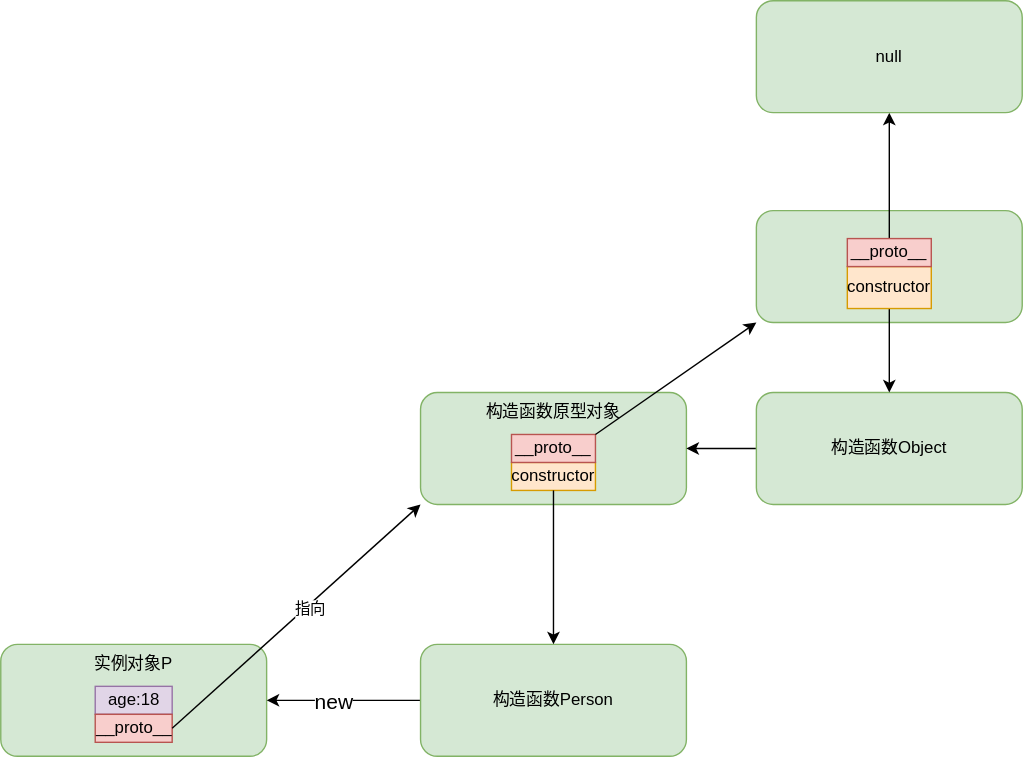
overnote/over-javascript keeps this draw.io diagram as images/javascript/prototype-01.svg. Above is the earlier version. Source tidied: cells renumbered, new cells last; positions are measured from the earlier drawing's top-left corner, leaving out a move shared by most shapes.
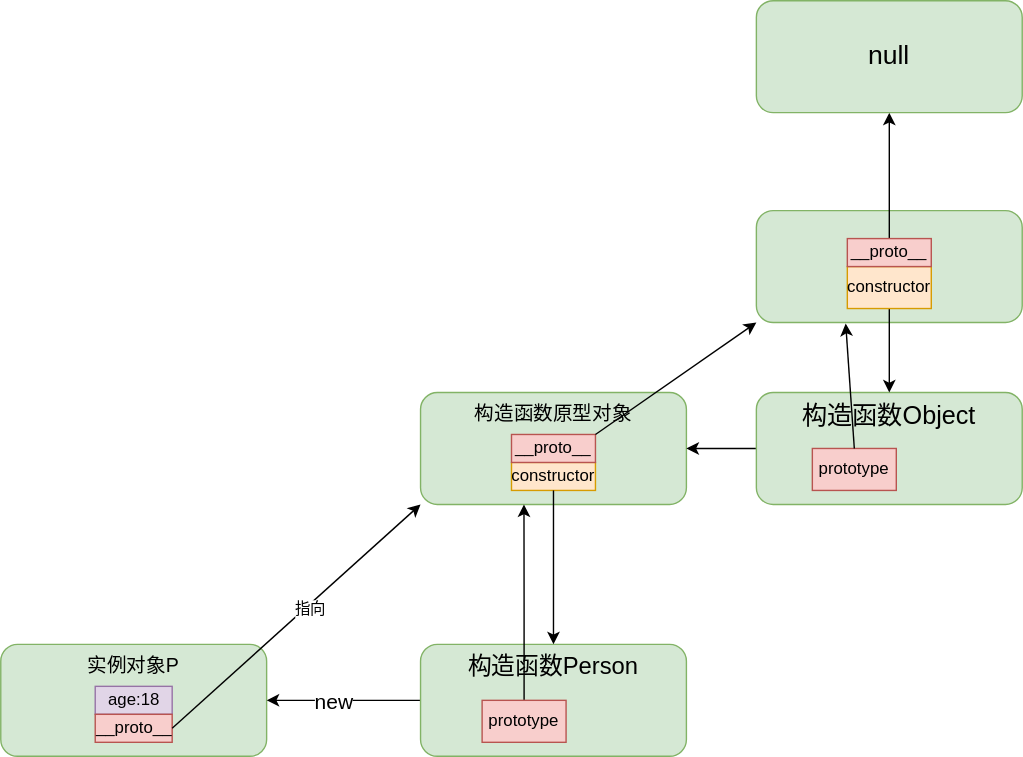
Above is the later version.

Commit message:
09.4-面对对象-原型与原型链 修改

Diff of the diagram source:
```diff
@@ -2,15 +2,15 @@
   <root>
     <mxCell id="0" />
     <mxCell id="1" parent="0" />
-    <mxCell id="2" value="实例对象P" style="rounded=1;whiteSpace=wrap;html=1;verticalAlign=top;fillColor=#d5e8d4;strokeColor=#82b366;" parent="1" vertex="1">
+    <mxCell id="2" value="&lt;font style=&quot;font-size: 14px;&quot;&gt;实例对象P&lt;/font&gt;" style="rounded=1;whiteSpace=wrap;html=1;verticalAlign=top;fillColor=#d5e8d4;strokeColor=#82b366;" parent="1" vertex="1">
       <mxGeometry y="460" width="190" height="80" as="geometry" />
     </mxCell>
     <mxCell id="3" value="age:18" style="text;html=1;strokeColor=#9673a6;fillColor=#e1d5e7;align=center;verticalAlign=middle;whiteSpace=wrap;rounded=0;" parent="1" vertex="1">
       <mxGeometry x="67.5" y="490" width="55" height="20" as="geometry" />
     </mxCell>
-    <mxCell id="4" value="__proto__" style="text;html=1;strokeColor=#b85450;fillColor=#f8cecc;align=center;verticalAlign=middle;whiteSpace=wrap;rounded=0;" parent="1" vertex="1">
-      <mxGeometry x="67.5" y="510" width="55" height="20" as="geometry" />
-    </mxCell>
+    <mxCell id="23" value="__proto__" style="text;html=1;strokeColor=#b85450;fillColor=#f8cecc;align=center;verticalAlign=middle;whiteSpace=wrap;rounded=0;" parent="1" vertex="1">
+      <mxGeometry x="67.5" y="510" width="55" height="20" as="geometry" />
+    </mxCell>
     <mxCell id="5" style="edgeStyle=orthogonalEdgeStyle;rounded=0;jettySize=auto;html=1;exitX=0;exitY=0.5;exitDx=0;exitDy=0;entryX=1;entryY=0.5;entryDx=0;entryDy=0;strokeWidth=1;" parent="1" edge="1" source="7" target="2">
       <mxGeometry relative="1" as="geometry">
         <Array as="points">
@@ -24,53 +24,65 @@
         <mxPoint y="-14" as="offset" />
       </mxGeometry>
     </mxCell>
-    <mxCell id="7" value="构造函数Person" style="rounded=1;whiteSpace=wrap;html=1;verticalAlign=middle;fillColor=#d5e8d4;strokeColor=#82b366;" parent="1" vertex="1">
+    <mxCell id="7" value="&lt;font style=&quot;font-size: 17px;&quot;&gt;构造函数Person&lt;/font&gt;" style="rounded=1;whiteSpace=wrap;html=1;verticalAlign=top;fillColor=#d5e8d4;strokeColor=#82b366;" parent="1" vertex="1">
       <mxGeometry x="300" y="460" width="190" height="80" as="geometry" />
     </mxCell>
-    <mxCell id="8" value="构造函数原型对象" style="rounded=1;whiteSpace=wrap;html=1;verticalAlign=top;fillColor=#d5e8d4;strokeColor=#82b366;" parent="1" vertex="1">
+    <mxCell id="8" value="&lt;font style=&quot;font-size: 14px;&quot;&gt;构造函数原型对象&lt;/font&gt;" style="rounded=1;whiteSpace=wrap;html=1;verticalAlign=top;fillColor=#d5e8d4;strokeColor=#82b366;" parent="1" vertex="1">
       <mxGeometry x="300" y="280" width="190" height="80" as="geometry" />
     </mxCell>
-    <mxCell id="9" style="endArrow=classic;html=1;rounded=0;exitX=1;exitY=0.5;exitDx=0;exitDy=0;entryX=0;entryY=1;entryDx=0;entryDy=0;" parent="1" edge="1" source="4" target="8">
-      <mxGeometry relative="1" as="geometry" />
-    </mxCell>
+    <mxCell id="24" style="endArrow=classic;html=1;rounded=0;exitX=1;exitY=0.5;exitDx=0;exitDy=0;entryX=0;entryY=1;entryDx=0;entryDy=0;" parent="1" edge="1" source="23" target="8">
+      <mxGeometry relative="1" as="geometry" />
+    </mxCell>
-    <mxCell id="10" value="指向" style="edgeLabel;html=1;align=center;verticalAlign=middle;" parent="9" vertex="1">
+    <mxCell id="10" value="指向" style="edgeLabel;html=1;align=center;verticalAlign=middle;" parent="24" vertex="1">
       <mxGeometry x="0.09" y="-2" relative="1" as="geometry" />
     </mxCell>
-    <mxCell id="11" value="constructor" style="text;html=1;strokeColor=#d79b00;fillColor=#ffe6cc;align=center;verticalAlign=middle;whiteSpace=wrap;rounded=0;" parent="1" vertex="1">
-      <mxGeometry x="365" y="330" width="60" height="20" as="geometry" />
-    </mxCell>
-    <mxCell id="12" style="endArrow=classic;html=1;rounded=0;exitX=0.5;exitY=1;exitDx=0;exitDy=0;" parent="1" edge="1" source="11" target="7">
-      <mxGeometry relative="1" as="geometry" />
-    </mxCell>
-    <mxCell id="13" value="__proto__" style="text;html=1;strokeColor=#b85450;fillColor=#f8cecc;align=center;verticalAlign=middle;whiteSpace=wrap;rounded=0;" parent="1" vertex="1">
-      <mxGeometry x="365" y="310" width="60" height="20" as="geometry" />
-    </mxCell>
-    <mxCell id="14" style="endArrow=classic;html=1;rounded=0;exitX=1;exitY=0;exitDx=0;exitDy=0;entryX=0;entryY=1;entryDx=0;entryDy=0;" parent="1" edge="1" source="13" target="17">
-      <mxGeometry relative="1" as="geometry" />
-    </mxCell>
+    <mxCell id="25" value="constructor" style="text;html=1;strokeColor=#d79b00;fillColor=#ffe6cc;align=center;verticalAlign=middle;whiteSpace=wrap;rounded=0;" parent="1" vertex="1">
+      <mxGeometry x="365" y="330" width="60" height="20" as="geometry" />
+    </mxCell>
+    <mxCell id="26" style="endArrow=classic;html=1;rounded=0;exitX=0.5;exitY=1;exitDx=0;exitDy=0;" parent="1" edge="1" source="25" target="7">
+      <mxGeometry relative="1" as="geometry" />
+    </mxCell>
+    <mxCell id="27" value="__proto__" style="text;html=1;strokeColor=#b85450;fillColor=#f8cecc;align=center;verticalAlign=middle;whiteSpace=wrap;rounded=0;" parent="1" vertex="1">
+      <mxGeometry x="365" y="310" width="60" height="20" as="geometry" />
+    </mxCell>
+    <mxCell id="28" style="endArrow=classic;html=1;rounded=0;exitX=1;exitY=0;exitDx=0;exitDy=0;entryX=0;entryY=1;entryDx=0;entryDy=0;" parent="1" edge="1" source="27" target="29">
+      <mxGeometry relative="1" as="geometry" />
+    </mxCell>
     <mxCell id="15" style="edgeStyle=orthogonalEdgeStyle;rounded=0;jettySize=auto;html=1;exitX=0;exitY=0.5;exitDx=0;exitDy=0;entryX=1;entryY=0.5;entryDx=0;entryDy=0;" parent="1" edge="1" source="16" target="8">
       <mxGeometry relative="1" as="geometry" />
     </mxCell>
-    <mxCell id="16" value="构造函数Object" style="rounded=1;whiteSpace=wrap;html=1;verticalAlign=middle;fillColor=#d5e8d4;strokeColor=#82b366;" parent="1" vertex="1">
+    <mxCell id="16" value="&lt;font style=&quot;font-size: 18px;&quot;&gt;构造函数Object&lt;/font&gt;" style="rounded=1;whiteSpace=wrap;html=1;verticalAlign=top;fillColor=#d5e8d4;strokeColor=#82b366;" parent="1" vertex="1">
       <mxGeometry x="540" y="280" width="190" height="80" as="geometry" />
     </mxCell>
-    <mxCell id="17" style="rounded=1;whiteSpace=wrap;html=1;verticalAlign=middle;fillColor=#d5e8d4;strokeColor=#82b366;" parent="1" vertex="1">
-      <mxGeometry x="540" y="150" width="190" height="80" as="geometry" />
-    </mxCell>
-    <mxCell id="18" style="edgeStyle=orthogonalEdgeStyle;rounded=0;jettySize=auto;html=1;exitX=0.5;exitY=1;exitDx=0;exitDy=0;entryX=0.5;entryY=0;entryDx=0;entryDy=0;" parent="1" edge="1" source="19" target="16">
-      <mxGeometry relative="1" as="geometry" />
-    </mxCell>
-    <mxCell id="19" value="constructor" style="text;html=1;strokeColor=#d79b00;fillColor=#ffe6cc;align=center;verticalAlign=middle;whiteSpace=wrap;rounded=0;" parent="1" vertex="1">
-      <mxGeometry x="605" y="190" width="60" height="30" as="geometry" />
-    </mxCell>
-    <mxCell id="20" style="edgeStyle=orthogonalEdgeStyle;rounded=0;jettySize=auto;html=1;exitX=0.5;exitY=0;exitDx=0;exitDy=0;entryX=0.5;entryY=1;entryDx=0;entryDy=0;" parent="1" edge="1" source="21" target="22">
-      <mxGeometry relative="1" as="geometry" />
-    </mxCell>
-    <mxCell id="21" value="__proto__" style="text;html=1;strokeColor=#b85450;fillColor=#f8cecc;align=center;verticalAlign=middle;whiteSpace=wrap;rounded=0;" parent="1" vertex="1">
-      <mxGeometry x="605" y="170" width="60" height="20" as="geometry" />
-    </mxCell>
+    <mxCell id="29" style="rounded=1;whiteSpace=wrap;html=1;verticalAlign=middle;fillColor=#d5e8d4;strokeColor=#82b366;" parent="1" vertex="1">
+      <mxGeometry x="540" y="150" width="190" height="80" as="geometry" />
+    </mxCell>
+    <mxCell id="30" style="edgeStyle=orthogonalEdgeStyle;rounded=0;jettySize=auto;html=1;exitX=0.5;exitY=1;exitDx=0;exitDy=0;entryX=0.5;entryY=0;entryDx=0;entryDy=0;" parent="1" edge="1" source="31" target="16">
+      <mxGeometry relative="1" as="geometry" />
+    </mxCell>
+    <mxCell id="31" value="constructor" style="text;html=1;strokeColor=#d79b00;fillColor=#ffe6cc;align=center;verticalAlign=middle;whiteSpace=wrap;rounded=0;" parent="1" vertex="1">
+      <mxGeometry x="605" y="190" width="60" height="30" as="geometry" />
+    </mxCell>
+    <mxCell id="32" style="edgeStyle=orthogonalEdgeStyle;rounded=0;jettySize=auto;html=1;exitX=0.5;exitY=0;exitDx=0;exitDy=0;entryX=0.5;entryY=1;entryDx=0;entryDy=0;" parent="1" edge="1" source="33" target="22">
+      <mxGeometry relative="1" as="geometry" />
+    </mxCell>
+    <mxCell id="33" value="__proto__" style="text;html=1;strokeColor=#b85450;fillColor=#f8cecc;align=center;verticalAlign=middle;whiteSpace=wrap;rounded=0;" parent="1" vertex="1">
+      <mxGeometry x="605" y="170" width="60" height="20" as="geometry" />
+    </mxCell>
-    <mxCell id="22" value="null" style="rounded=1;whiteSpace=wrap;html=1;verticalAlign=middle;fillColor=#d5e8d4;strokeColor=#82b366;" parent="1" vertex="1">
+    <mxCell id="22" value="&lt;font style=&quot;font-size: 19px;&quot;&gt;null&lt;/font&gt;" style="rounded=1;whiteSpace=wrap;html=1;verticalAlign=middle;fillColor=#d5e8d4;strokeColor=#82b366;" parent="1" vertex="1">
       <mxGeometry x="540" width="190" height="80" as="geometry" />
     </mxCell>
+    <mxCell id="34" style="edgeStyle=orthogonalEdgeStyle;rounded=0;jettySize=auto;html=1;exitX=0.5;exitY=0;exitDx=0;exitDy=0;entryX=0.389;entryY=1;entryDx=0;entryDy=0;entryPerimeter=0;" parent="1" edge="1" source="35" target="8">
+      <mxGeometry relative="1" as="geometry" />
+    </mxCell>
+    <mxCell id="35" value="prototype" style="text;html=1;strokeColor=#b85450;fillColor=#f8cecc;align=center;verticalAlign=middle;whiteSpace=wrap;rounded=0;" parent="1" vertex="1">
+      <mxGeometry x="344" y="500" width="60" height="30" as="geometry" />
+    </mxCell>
+    <mxCell id="36" value="prototype" style="text;html=1;strokeColor=#b85450;fillColor=#f8cecc;align=center;verticalAlign=middle;whiteSpace=wrap;rounded=0;" parent="1" vertex="1">
+      <mxGeometry x="580" y="320" width="60" height="30" as="geometry" />
+    </mxCell>
+    <mxCell id="37" style="endArrow=classic;html=1;exitX=0.5;exitY=0;exitDx=0;exitDy=0;entryX=0.336;entryY=1.009;entryDx=0;entryDy=0;entryPerimeter=0;" parent="1" edge="1" source="36" target="29">
+      <mxGeometry relative="1" as="geometry" />
+    </mxCell>
   </root>
 </mxGraphModel>
```
